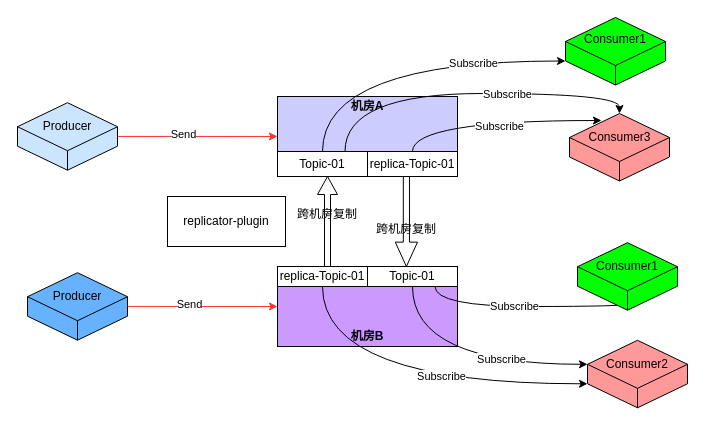
Above: 多活架构/Copy of 跨机房复制.drawio in yongliangcode/diagram (draw.io), before the change. Source tidied: cells renumbered, new cells numbered last; positions are measured from the earlier drawing's top-left corner, leaving out a move shared by most shapes. Both pictures are drawn from the tidied source at 100%, with x=0, y=0 at pixel (17, 17).
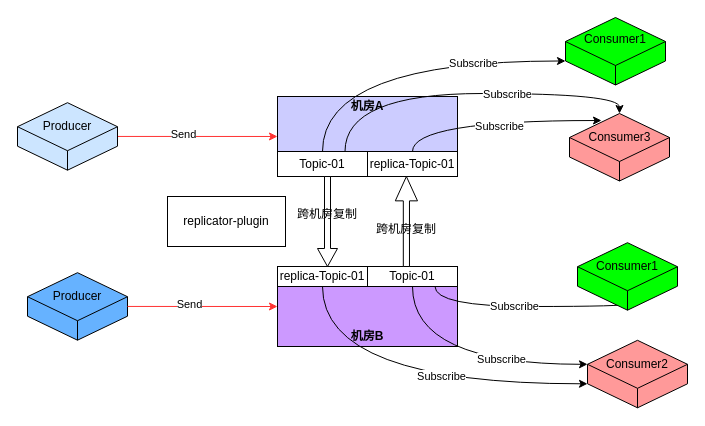
The same diagram, later.

Commit message:
Update Copy of 跨机房复制.drawio

What changed in the source:
```diff
@@
-    <mxCell id="38" style="shape=singleArrow;direction=north;whiteSpace=wrap;html=1;" parent="1" vertex="1">
+    <mxCell id="38" style="shape=singleArrow;direction=north;whiteSpace=wrap;html=1;rotation=-180;" parent="1" vertex="1">
       <mxGeometry x="300" y="159" width="20" height="90" as="geometry" />
     </mxCell>
-    <mxCell id="39" style="shape=singleArrow;direction=south;whiteSpace=wrap;html=1;arrowWidth=0.2777777777777778;arrowSize=0.27058823529411763;" parent="1" vertex="1">
+    <mxCell id="39" style="shape=singleArrow;direction=south;whiteSpace=wrap;html=1;arrowWidth=0.2777777777777778;arrowSize=0.27058823529411763;rotation=-180;" parent="1" vertex="1">
       <mxGeometry x="377.8" y="159" width="22.2" height="90" as="geometry" />
     </mxCell>
```
